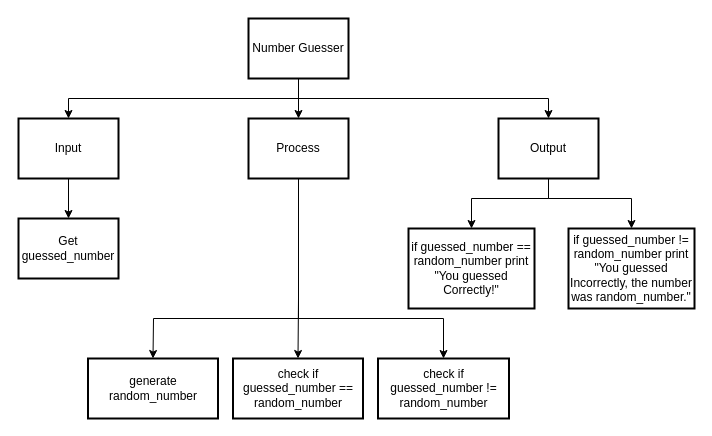
Above: drawio/topDownDesign/topDownDesign.drawio in Aidan-Lalonde-Novales/ICS3U-Unit3-03-Python (draw.io), before the change. Source tidied: cells renumbered, new cells numbered last; positions are measured from the earlier drawing's top-left corner, leaving out a move shared by most shapes. Both pictures are drawn from the tidied source at 100%, with x=0, y=0 at pixel (18, 18).
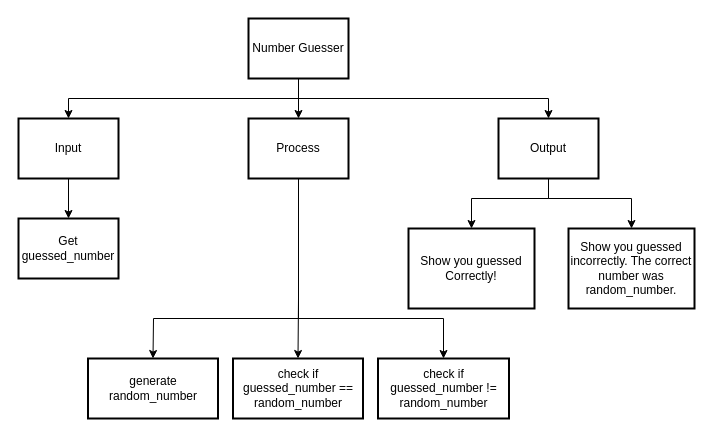
After the change.

The edit, as a diff of the source:
```diff
@@
-    <mxCell id="16" value="if guessed_number == random_number print &quot;You guessed Correctly!&quot;" style="rounded=0;whiteSpace=wrap;html=1;absoluteArcSize=1;arcSize=14;strokeWidth=2;" parent="1" vertex="1">
+    <mxCell id="16" value="Show you guessed Correctly!" style="rounded=0;whiteSpace=wrap;html=1;absoluteArcSize=1;arcSize=14;strokeWidth=2;" parent="1" vertex="1">
       <mxGeometry x="390" y="210" width="126" height="80" as="geometry" />
     </mxCell>
@@
-    <mxCell id="20" value="if guessed_number != random_number print &quot;You guessed Incorrectly, the number was random_number.&quot;" style="rounded=0;whiteSpace=wrap;html=1;absoluteArcSize=1;arcSize=14;strokeWidth=2;" parent="1" vertex="1">
+    <mxCell id="20" value="Show you guessed incorrectly. The correct number was random_number." style="rounded=0;whiteSpace=wrap;html=1;absoluteArcSize=1;arcSize=14;strokeWidth=2;" parent="1" vertex="1">
       <mxGeometry x="550" y="210" width="126" height="80" as="geometry" />
     </mxCell>
```
